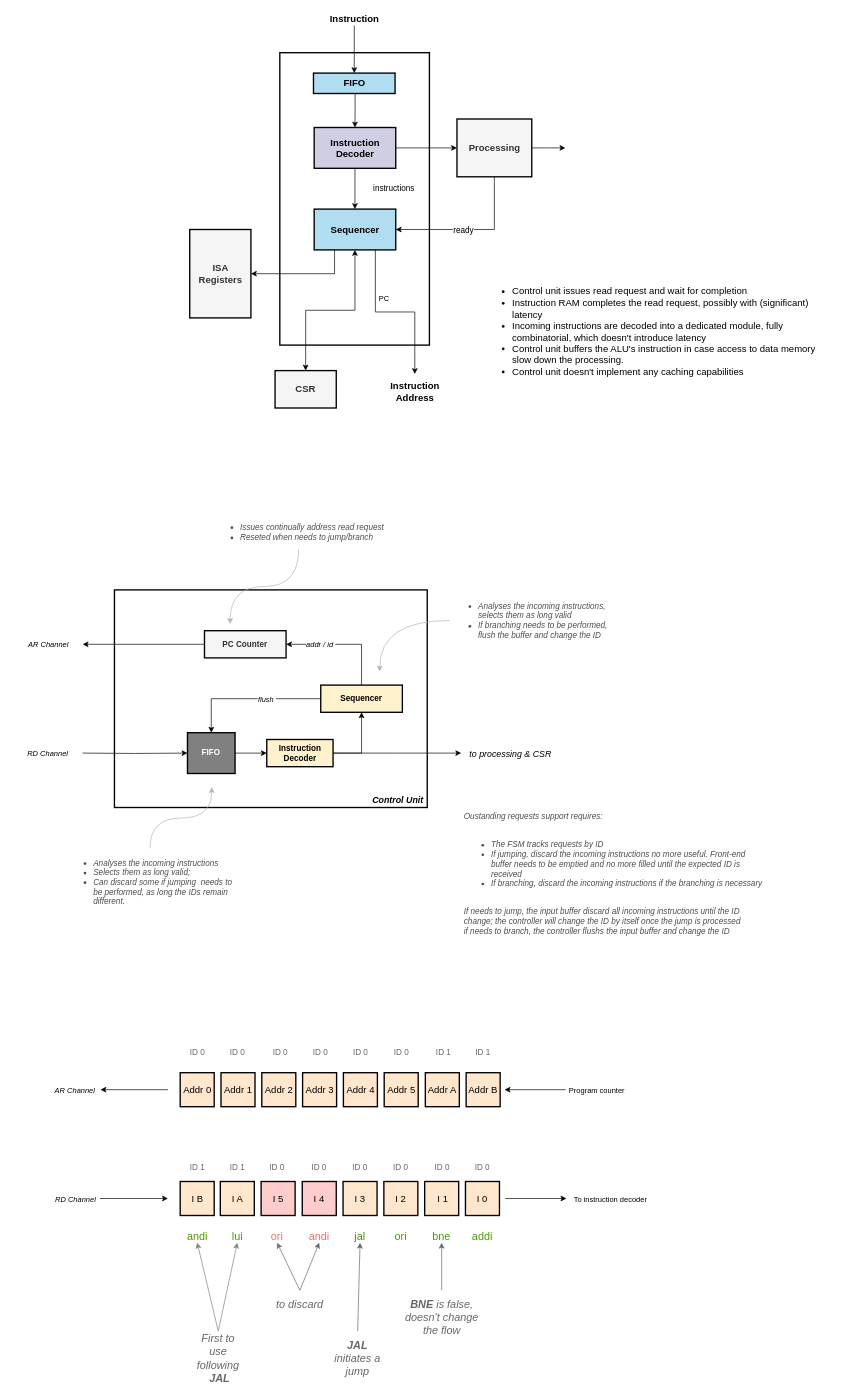
Before: page "Control Unit" (2 of 8) of doc/friscv.drawio in dpretet/friscv, a draw.io diagram. Source tidied: cells renumbered, new cells numbered last; positions are measured from the earlier drawing's top-left corner, leaving out a move shared by most shapes. Both pictures are drawn from the tidied source at 68%, with x=0, y=0 at pixel (65, 12).
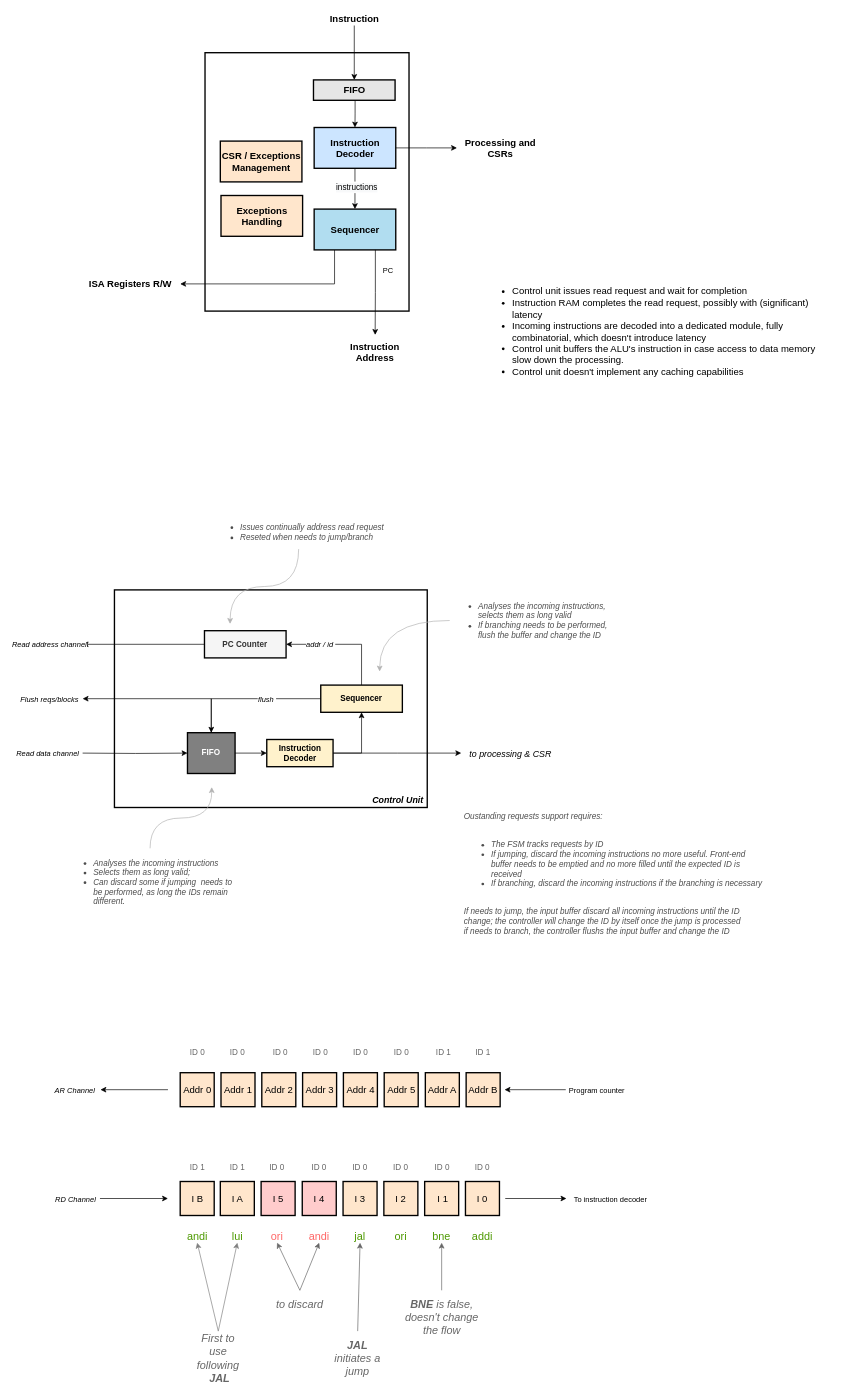
The same page after the edit.

The change refers to these unchanged cells:
```xml
<mxCell id="4" style="edgeStyle=orthogonalEdgeStyle;rounded=0;jettySize=auto;html=1;startArrow=none;startFill=0;" parent="1" edge="1" source="6" target="9">
  <mxGeometry relative="1" as="geometry" />
</mxCell>
<mxCell id="9" value="Sequencer" style="rounded=0;whiteSpace=wrap;html=1;fillColor=#b1ddf0;strokeWidth=2;fontSize=14;fontStyle=1;" parent="1" vertex="1">
  <mxGeometry x="366.5" y="290" width="120" height="60" as="geometry" />
</mxCell>
<mxCell id="16" style="edgeStyle=orthogonalEdgeStyle;rounded=0;jettySize=auto;html=1;startArrow=none;startFill=0;fontSize=14;entryX=0.5;entryY=0;entryDx=0;entryDy=0;exitX=0.75;exitY=1;exitDx=0;exitDy=0;" parent="1" edge="1" source="9" target="18">
  <mxGeometry relative="1" as="geometry" />
</mxCell>
<mxCell id="53" style="edgeStyle=none;rounded=0;jettySize=auto;html=1;exitX=0;exitY=0.5;exitDx=0;exitDy=0;" parent="1" edge="1" source="55">
  <mxGeometry relative="1" as="geometry">
    <mxPoint x="26" y="930" as="targetPoint" />
  </mxGeometry>
</mxCell>
<mxCell id="62" style="edgeStyle=orthogonalEdgeStyle;rounded=0;jettySize=auto;html=1;entryX=0;entryY=0.5;entryDx=0;entryDy=0;fontColor=#666666;" parent="1" edge="1" target="64">
  <mxGeometry relative="1" as="geometry">
    <mxPoint x="26" y="1090" as="sourcePoint" />
  </mxGeometry>
</mxCell>
<mxCell id="64" value="FIFO" style="rounded=0;whiteSpace=wrap;html=1;fillColor=#808080;fontColor=#FFFFFF;strokeWidth=2;fontStyle=1;" parent="1" vertex="1">
  <mxGeometry x="180.2" y="1060" width="70" height="60" as="geometry" />
</mxCell>
```

What changed in the source:
```diff
@@
     <mxCell id="2" style="rounded=0;whiteSpace=wrap;html=1;strokeWidth=2;" parent="1" vertex="1">
-      <mxGeometry x="316" y="60" width="220" height="430" as="geometry" />
+      <mxGeometry x="206" y="60" width="300" height="380" as="geometry" />
     </mxCell>
@@
+    <mxCell id="14" value="&lt;span style=&quot;font-size: 12px; background-color: rgb(248, 249, 250);&quot;&gt;instructions&lt;/span&gt;" style="edgeLabel;html=1;align=center;verticalAlign=middle;fontSize=14;fontColor=#000000;" parent="4" vertex="1">
+      <mxGeometry x="-0.12" y="2" relative="1" as="geometry">
+        <mxPoint y="1" as="offset" />
+      </mxGeometry>
+    </mxCell>
-    <mxCell id="5" style="edgeStyle=orthogonalEdgeStyle;rounded=0;jettySize=auto;html=1;startArrow=none;startFill=0;entryX=0;entryY=0.5;entryDx=0;entryDy=0;" parent="1" edge="1" source="6" target="13">
-      <mxGeometry relative="1" as="geometry" />
+    <mxCell id="5" style="edgeStyle=orthogonalEdgeStyle;rounded=0;jettySize=auto;html=1;startArrow=none;startFill=0;entryX=0;entryY=0.5;entryDx=0;entryDy=0;" parent="1" edge="1" source="6">
+      <mxGeometry relative="1" as="geometry">
+        <mxPoint x="576.5" y="200" as="targetPoint" />
+      </mxGeometry>
     </mxCell>
-    <mxCell id="6" value="Instruction Decoder" style="rounded=0;whiteSpace=wrap;html=1;fillColor=#d0cee2;strokeWidth=2;fontSize=14;fontStyle=1;" parent="1" vertex="1">
+    <mxCell id="6" value="Instruction Decoder" style="rounded=0;whiteSpace=wrap;html=1;fillColor=#CCE5FF;strokeWidth=2;fontSize=14;fontStyle=1;" parent="1" vertex="1">
       <mxGeometry x="366.5" y="170" width="120" height="60" as="geometry" />
     </mxCell>
-    <mxCell id="7" style="edgeStyle=orthogonalEdgeStyle;rounded=0;jettySize=auto;html=1;exitX=0.5;exitY=1;exitDx=0;exitDy=0;entryX=0.5;entryY=0;entryDx=0;entryDy=0;startArrow=classic;startFill=1;" parent="1" edge="1" source="9" target="20">
-      <mxGeometry relative="1" as="geometry" />
-    </mxCell>
-    <mxCell id="8" style="edgeStyle=orthogonalEdgeStyle;rounded=0;jettySize=auto;html=1;exitX=0.25;exitY=1;exitDx=0;exitDy=0;entryX=1;entryY=0.5;entryDx=0;entryDy=0;fontSize=14;startArrow=none;startFill=0;" parent="1" edge="1" source="9" target="21">
-      <mxGeometry relative="1" as="geometry" />
+    <mxCell id="8" style="edgeStyle=orthogonalEdgeStyle;rounded=0;jettySize=auto;html=1;exitX=0.25;exitY=1;exitDx=0;exitDy=0;fontSize=14;startArrow=none;startFill=0;entryX=1;entryY=0.5;entryDx=0;entryDy=0;" parent="1" edge="1" source="9" target="109">
+      <mxGeometry relative="1" as="geometry">
+        <Array as="points">
+          <mxPoint x="397" y="400" />
+        </Array>
+      </mxGeometry>
     </mxCell>
@@
-    <mxCell id="10" style="edgeStyle=orthogonalEdgeStyle;rounded=0;jettySize=auto;html=1;exitX=0.5;exitY=1;exitDx=0;exitDy=0;entryX=1;entryY=0.5;entryDx=0;entryDy=0;" parent="1" edge="1" source="13" target="9">
-      <mxGeometry relative="1" as="geometry">
-        <Array as="points">
-          <mxPoint x="632" y="320" />
-        </Array>
-      </mxGeometry>
-    </mxCell>
-    <mxCell id="11" value="&lt;span style=&quot;font-size: 12px ; background-color: rgb(248 , 249 , 250)&quot;&gt;ready&lt;/span&gt;" style="edgeLabel;html=1;align=center;verticalAlign=middle;fontSize=14;" parent="10" vertex="1">
-      <mxGeometry x="-0.1" y="-1" relative="1" as="geometry">
-        <mxPoint x="-24" y="1" as="offset" />
-      </mxGeometry>
-    </mxCell>
-    <mxCell id="12" style="edgeStyle=orthogonalEdgeStyle;rounded=0;jettySize=auto;html=1;exitX=1;exitY=0.5;exitDx=0;exitDy=0;" parent="1" edge="1" source="13">
-      <mxGeometry relative="1" as="geometry">
-        <mxPoint x="736" y="200" as="targetPoint" />
-      </mxGeometry>
-    </mxCell>
-    <mxCell id="13" value="Processing" style="text;html=1;fillColor=#f5f5f5;align=center;verticalAlign=middle;whiteSpace=wrap;rounded=0;fontSize=14;fontStyle=1;fontColor=#333333;strokeWidth=2;strokeColor=#000000;" parent="1" vertex="1">
-      <mxGeometry x="576.5" y="157.5" width="110" height="85" as="geometry" />
-    </mxCell>
-    <mxCell id="14" value="instructions" style="text;html=1;strokeColor=none;fillColor=none;align=center;verticalAlign=middle;whiteSpace=wrap;rounded=0;" parent="1" vertex="1">
-      <mxGeometry x="436" y="250" width="96" height="20" as="geometry" />
-    </mxCell>
@@
     <mxCell id="17" value="PC" style="edgeLabel;html=1;align=center;verticalAlign=middle;" parent="16" vertex="1">
       <mxGeometry x="0.1" y="-2" relative="1" as="geometry">
-        <mxPoint x="-29" y="-22" as="offset" />
+        <mxPoint x="20" y="-39" as="offset" />
       </mxGeometry>
     </mxCell>
     <mxCell id="18" value="Instruction Address" style="text;html=1;strokeColor=none;fillColor=none;align=center;verticalAlign=middle;whiteSpace=wrap;rounded=0;fontSize=14;fontStyle=1;" parent="1" vertex="1">
-      <mxGeometry x="474.5" y="532.5" width="80" height="50" as="geometry" />
+      <mxGeometry x="416.2" y="475" width="80" height="50" as="geometry" />
     </mxCell>
@@
-    <mxCell id="20" value="CSR" style="rounded=0;whiteSpace=wrap;html=1;fillColor=#f5f5f5;fontColor=#333333;fontSize=14;fontStyle=1;strokeWidth=2;" parent="1" vertex="1">
-      <mxGeometry x="309" y="527.5" width="90" height="55" as="geometry" />
-    </mxCell>
-    <mxCell id="21" value="ISA Registers" style="rounded=0;whiteSpace=wrap;html=1;fillColor=#f5f5f5;fontColor=#333333;fontStyle=1;fontSize=14;strokeWidth=2;" parent="1" vertex="1">
-      <mxGeometry x="183.5" y="320" width="90" height="130" as="geometry" />
-    </mxCell>
@@
-    <mxCell id="54" value="AR Channel&amp;nbsp;" style="edgeLabel;html=1;align=center;verticalAlign=middle;fontSize=11;fontColor=#000000;fontStyle=2;" parent="53" vertex="1">
+    <mxCell id="54" value="Read address channel" style="edgeLabel;html=1;align=center;verticalAlign=middle;fontSize=11;fontColor=#000000;fontStyle=2;" parent="53" vertex="1">
       <mxGeometry x="0.04" y="2" relative="1" as="geometry">
         <mxPoint x="-136" y="-2" as="offset" />
       </mxGeometry>
     </mxCell>
@@
-    <mxCell id="63" value="RD Channel&amp;nbsp;" style="edgeLabel;html=1;align=center;verticalAlign=middle;fontSize=11;fontColor=#000000;fontStyle=2;" parent="62" vertex="1">
+    <mxCell id="63" value="Read data channel&amp;nbsp;" style="edgeLabel;html=1;align=center;verticalAlign=middle;fontSize=11;fontColor=#000000;fontStyle=2;" parent="62" vertex="1">
       <mxGeometry x="-0.21" relative="1" as="geometry">
         <mxPoint x="-111" as="offset" />
       </mxGeometry>
     </mxCell>
@@
-    <mxCell id="105" value="FIFO" style="rounded=0;whiteSpace=wrap;html=1;fillColor=#b1ddf0;strokeWidth=2;fontSize=14;fontStyle=1;" parent="1" vertex="1">
-      <mxGeometry x="365.5" y="90" width="120" height="30" as="geometry" />
+    <mxCell id="105" value="FIFO" style="rounded=0;whiteSpace=wrap;html=1;fillColor=#E6E6E6;strokeWidth=2;fontSize=14;fontStyle=1;" parent="1" vertex="1">
+      <mxGeometry x="365.5" y="100" width="120" height="30" as="geometry" />
     </mxCell>
@@
+    <mxCell id="107" style="edgeStyle=orthogonalEdgeStyle;rounded=0;jettySize=auto;html=1;exitX=0.5;exitY=0;exitDx=0;exitDy=0;fontSize=11;fontColor=#FF6666;" parent="1" edge="1" source="64">
+      <mxGeometry relative="1" as="geometry">
+        <mxPoint x="26" y="1010" as="targetPoint" />
+        <Array as="points">
+          <mxPoint x="215" y="1010" />
+        </Array>
+      </mxGeometry>
+    </mxCell>
+    <mxCell id="108" value="Flush reqs/blocks" style="edgeLabel;html=1;align=center;verticalAlign=middle;fontSize=11;fontColor=#000000;fontStyle=2;" parent="1" vertex="1">
+      <mxGeometry x="-24" y="1010" as="geometry" />
+    </mxCell>
+    <mxCell id="109" value="ISA Registers R/W" style="text;html=1;strokeColor=none;fillColor=none;align=center;verticalAlign=middle;whiteSpace=wrap;rounded=0;fontSize=14;fontStyle=1;" parent="1" vertex="1">
+      <mxGeometry x="23" y="390" width="146.5" height="20" as="geometry" />
+    </mxCell>
+    <mxCell id="110" value="Processing and CSRs" style="text;html=1;strokeColor=none;fillColor=none;align=center;verticalAlign=middle;whiteSpace=wrap;rounded=0;fontSize=14;fontStyle=1;" parent="1" vertex="1">
+      <mxGeometry x="585.2" y="180" width="111" height="40" as="geometry" />
+    </mxCell>
+    <mxCell id="111" value="Exceptions Handling" style="rounded=0;whiteSpace=wrap;html=1;fillColor=#FFE6CC;strokeWidth=2;fontSize=14;fontStyle=1;" parent="1" vertex="1">
+      <mxGeometry x="229.5" y="270" width="120" height="60" as="geometry" />
+    </mxCell>
+    <mxCell id="112" value="CSR / Exceptions Management" style="rounded=0;whiteSpace=wrap;html=1;fillColor=#FFE6CC;strokeWidth=2;fontSize=14;fontStyle=1;" parent="1" vertex="1">
+      <mxGeometry x="228.5" y="190" width="120" height="60" as="geometry" />
+    </mxCell>
```
